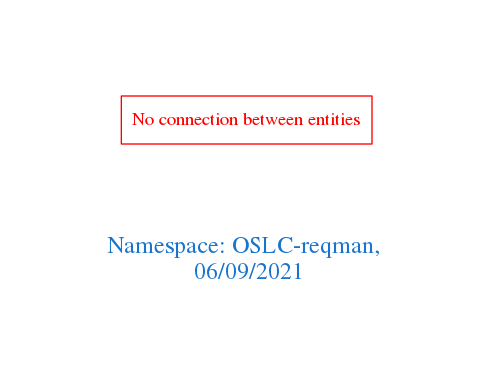
Above: downloads/OSLC-reqman.png in arago/OGIT (Graphviz), before the change. Its source is kept beside it as downloads/OSLC-reqman.dot.
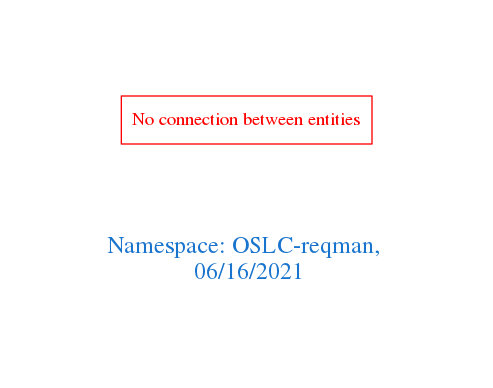
After the change.

The edit, as a diff of the source:
```diff
@@ -1,7 +1,7 @@
 digraph OGIT_ontology {
  graph [ rankdir= LR,pad=1
 fontsize = 18,
-fontcolor= dodgerblue3,label = "\n\n\nNamespace: OSLC-reqman, \n 06/09/2021"];
+fontcolor= dodgerblue3,label = "\n\n\nNamespace: OSLC-reqman, \n 06/16/2021"];
 node[shape=polygon];
 edge [  color="gray81"];
 
```
